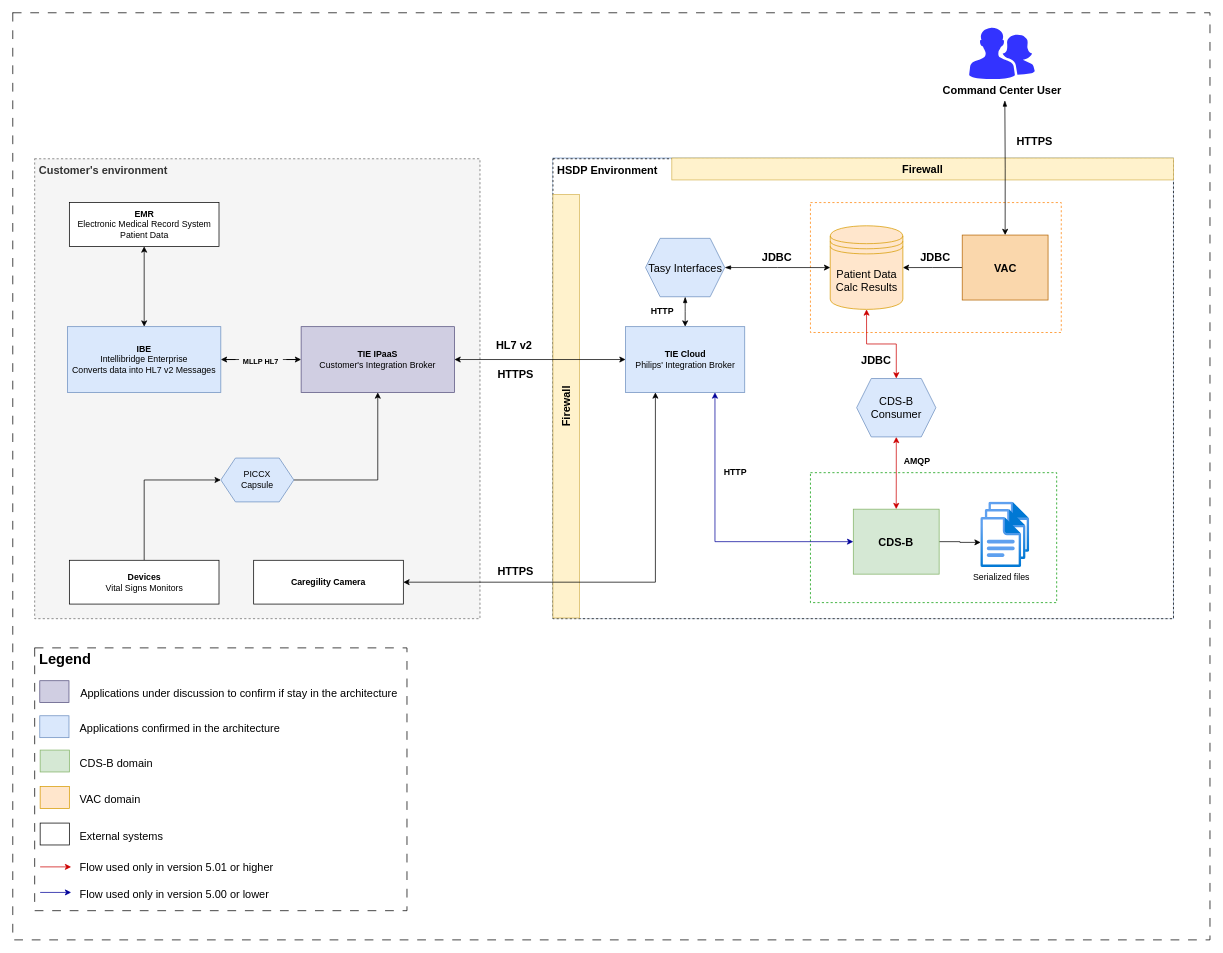
The draw.io diagram VAC_Data_Flow.drawio in ez-philips/draw_io_diagrams, before the edit. Source tidied: cells renumbered, new cells numbered last; positions are measured from the earlier drawing's top-left corner, leaving out a move shared by most shapes. Both pictures are drawn from the tidied source at 73%, with x=0, y=0 at pixel (12, 12).
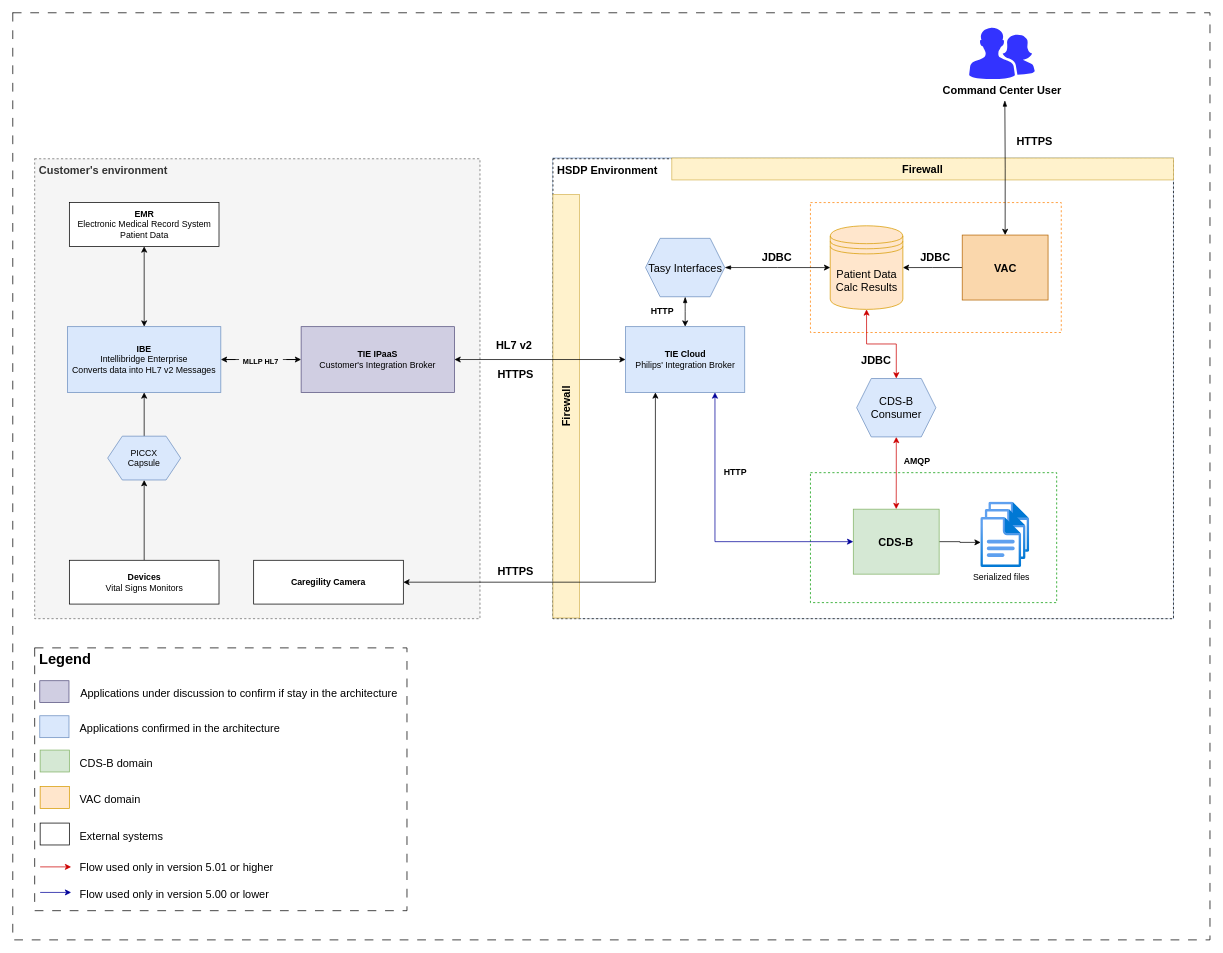
After the change.

Unchanged cells that the change refers to:
```xml
<mxCell id="8" value="&lt;b&gt;Devices&lt;br&gt;&lt;/b&gt;Vital Signs Monitors" style="rounded=0;whiteSpace=wrap;html=1;" parent="1" vertex="1">
  <mxGeometry x="77.5" y="750" width="205" height="60" as="geometry" />
</mxCell>
<mxCell id="12" value="&lt;b&gt;IBE&lt;/b&gt;&lt;br&gt;Intellibridge Enterprise&lt;br&gt;Converts data into HL7 v2 Messages" style="rounded=0;whiteSpace=wrap;html=1;fillColor=#dae8fc;strokeColor=#6c8ebf;" parent="1" vertex="1">
  <mxGeometry x="75" y="430" width="210" height="90" as="geometry" />
</mxCell>
<mxCell id="13" value="&lt;b&gt;TIE IPaaS&lt;/b&gt;&lt;br&gt;Customer's Integration Broker" style="rounded=0;whiteSpace=wrap;html=1;fillColor=#d0cee2;strokeColor=#56517e;" parent="1" vertex="1">
  <mxGeometry x="395" y="430" width="210" height="90" as="geometry" />
</mxCell>
```

Diff of the diagram source:
```diff
@@
-    <mxCell id="7" style="edgeStyle=orthogonalEdgeStyle;rounded=0;jettySize=auto;html=1;entryX=0;entryY=0.5;entryDx=0;entryDy=0;fillColor=#f8cecc;strokeColor=#000000;" parent="1" edge="1" source="8" target="10">
-      <mxGeometry relative="1" as="geometry">
-        <Array as="points">
-          <mxPoint x="180" y="640" />
-        </Array>
-      </mxGeometry>
+    <mxCell id="7" style="edgeStyle=orthogonalEdgeStyle;rounded=0;jettySize=auto;html=1;entryX=0.5;entryY=1;entryDx=0;entryDy=0;fillColor=#f8cecc;strokeColor=#000000;" parent="1" edge="1" source="8" target="10">
+      <mxGeometry relative="1" as="geometry" />
     </mxCell>
@@
-    <mxCell id="9" style="edgeStyle=orthogonalEdgeStyle;rounded=0;jettySize=auto;html=1;entryX=0.5;entryY=1;entryDx=0;entryDy=0;strokeColor=#000000;startArrow=none;startFill=0;endArrow=classic;endFill=1;" parent="1" edge="1" source="10" target="13">
+    <mxCell id="9" style="edgeStyle=orthogonalEdgeStyle;rounded=0;jettySize=auto;html=1;entryX=0.5;entryY=1;entryDx=0;entryDy=0;strokeColor=#000000;startArrow=none;startFill=0;endArrow=classic;endFill=1;exitX=0.5;exitY=0;exitDx=0;exitDy=0;" parent="1" edge="1" source="10" target="12">
       <mxGeometry relative="1" as="geometry" />
     </mxCell>
     <mxCell id="10" value="PICCX&lt;br&gt;Capsule" style="shape=hexagon;perimeter=hexagonPerimeter2;whiteSpace=wrap;html=1;fixedSize=1;fillColor=#dae8fc;strokeColor=#6c8ebf;" parent="1" vertex="1">
-      <mxGeometry x="285" y="610" width="100" height="60" as="geometry" />
+      <mxGeometry x="130" y="580" width="100" height="60" as="geometry" />
     </mxCell>
```
